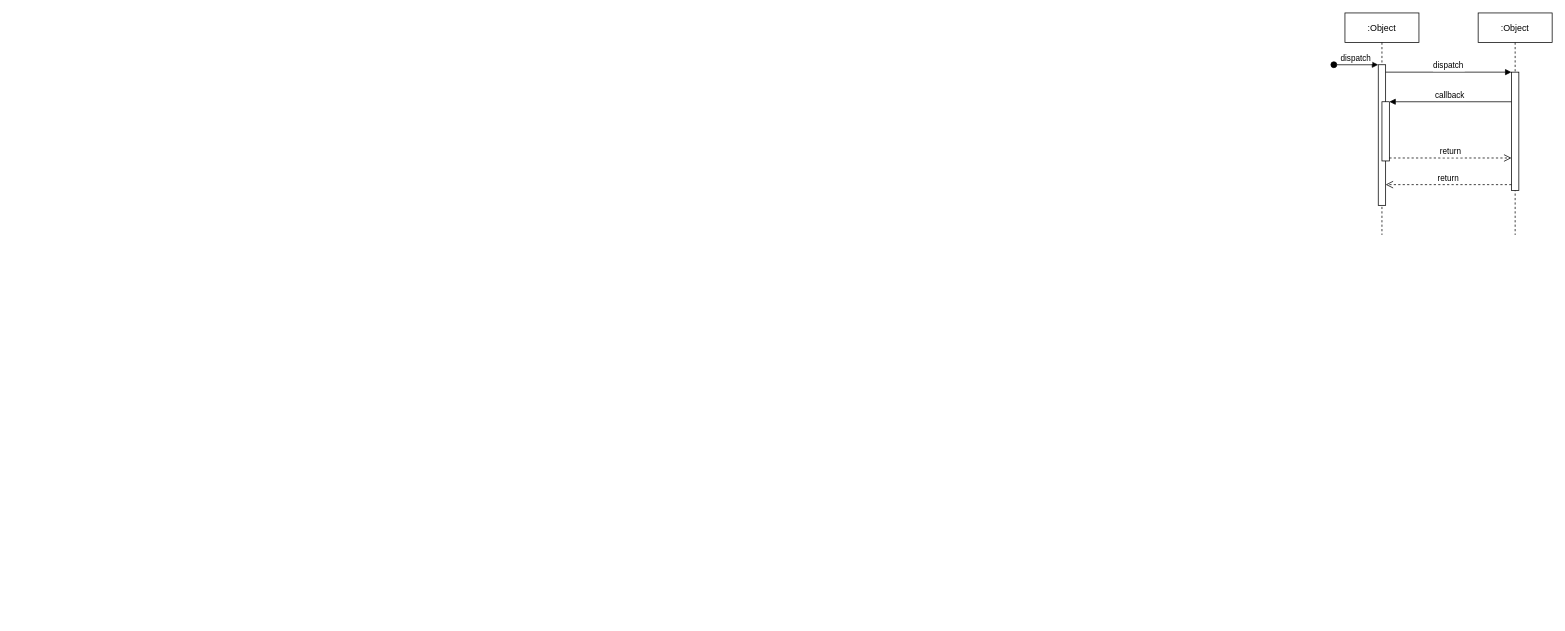
Earlier version of the draw.io diagram images/Untitled Diagram.drawio (suzmas/wip). Source tidied: cells renumbered, new cells numbered last; positions are measured from the earlier drawing's top-left corner, leaving out a move shared by most shapes. Both pictures are drawn from the tidied source at 74%, with x=0, y=0 at pixel (1333, 13).
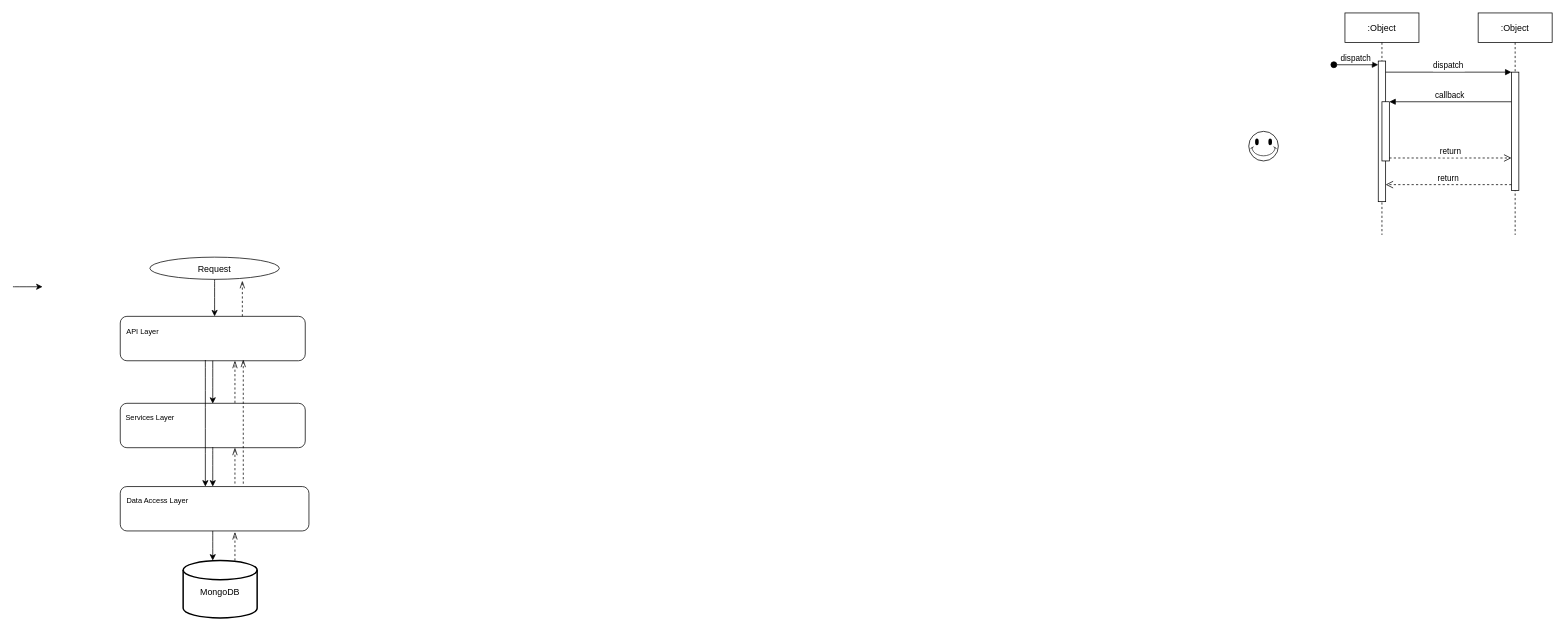
The same diagram, later.

Unchanged cells that the change refers to:
```xml
<mxCell id="2" value=":Object" style="shape=umlLifeline;perimeter=lifelinePerimeter;rounded=0;shadow=0;strokeWidth=1;" parent="1" vertex="1">
  <mxGeometry x="15" width="100" height="300" as="geometry" />
</mxCell>
```

The edit, as a diff of the source:
```diff
@@
     <mxCell id="3" style="points=[];perimeter=orthogonalPerimeter;rounded=0;shadow=0;strokeWidth=1;" parent="2" vertex="1">
-      <mxGeometry x="45" y="70" width="10" height="190" as="geometry" />
+      <mxGeometry x="45" y="65" width="10" height="190" as="geometry" />
     </mxCell>
@@
+    <mxCell id="12" style="verticalLabelPosition=bottom;verticalAlign=top;html=1;shape=mxgraph.basic.smiley;" parent="1" vertex="1">
+      <mxGeometry x="-115" y="160" width="40" height="40" as="geometry" />
+    </mxCell>
+    <mxCell id="13" value="&lt;font style=&quot;font-size: 12px&quot;&gt;MongoDB&lt;/font&gt;" style="strokeWidth=2;html=1;shape=mxgraph.flowchart.database;whiteSpace=wrap;fontSize=20;" parent="1" vertex="1">
+      <mxGeometry x="-1555" y="740" width="100" height="77.5" as="geometry" />
+    </mxCell>
+    <mxCell id="14" value="Request" style="ellipse;" parent="1" vertex="1">
+      <mxGeometry x="-1600" y="330" width="175" height="30" as="geometry" />
+    </mxCell>
+    <mxCell id="15" style="rounded=1;" parent="1" vertex="1">
+      <mxGeometry x="-1640" y="410" width="250" height="60" as="geometry" />
+    </mxCell>
+    <mxCell id="16" style="curved=1;noEdgeStyle=1;orthogonal=1;" parent="1" edge="1" source="14" target="15">
+      <mxGeometry relative="1" as="geometry" />
+    </mxCell>
+    <mxCell id="17" style="rounded=1;" parent="1" vertex="1">
+      <mxGeometry x="-1640" y="527.5" width="250" height="60" as="geometry" />
+    </mxCell>
+    <mxCell id="18" style="curved=1;noEdgeStyle=1;orthogonal=1;" parent="1" edge="1" target="17">
+      <mxGeometry relative="1" as="geometry">
+        <mxPoint x="-1515" y="470" as="sourcePoint" />
+        <Array as="points">
+          <mxPoint x="-1515" y="490" />
+          <mxPoint x="-1515" y="528" />
+        </Array>
+      </mxGeometry>
+    </mxCell>
+    <mxCell id="19" style="rounded=1;" parent="1" vertex="1">
+      <mxGeometry x="-1640" y="640" width="255" height="60" as="geometry" />
+    </mxCell>
+    <mxCell id="20" style="curved=1;noEdgeStyle=1;orthogonal=1;" parent="1" edge="1" source="17" target="19">
+      <mxGeometry relative="1" as="geometry">
+        <Array as="points">
+          <mxPoint x="-1515" y="582" />
+          <mxPoint x="-1515" y="640" />
+        </Array>
+      </mxGeometry>
+    </mxCell>
+    <mxCell id="21" style="curved=1;noEdgeStyle=1;orthogonal=1;" parent="1" edge="1" source="19">
+      <mxGeometry relative="1" as="geometry">
+        <mxPoint x="-1515" y="740" as="targetPoint" />
+        <Array as="points">
+          <mxPoint x="-1515" y="712" />
+        </Array>
+      </mxGeometry>
+    </mxCell>
+    <mxCell id="22" style="curved=1;noEdgeStyle=1;orthogonal=1;" parent="1" edge="1" target="19">
+      <mxGeometry relative="1" as="geometry">
+        <mxPoint x="-1525" y="469" as="sourcePoint" />
+      </mxGeometry>
+    </mxCell>
+    <mxCell id="23" value="&lt;font style=&quot;font-size: 10px;&quot;&gt;API Layer&lt;/font&gt;" style="text;html=1;align=center;verticalAlign=middle;fillColor=none;strokeColor=none;rounded=0;fontSize=10;" parent="1" vertex="1">
+      <mxGeometry x="-1640" y="420" width="60" height="20" as="geometry" />
+    </mxCell>
+    <mxCell id="24" value="&lt;font style=&quot;font-size: 10px ; line-height: 100%&quot;&gt;Services Layer&lt;/font&gt;" style="text;html=1;align=center;verticalAlign=middle;fillColor=none;strokeColor=none;rounded=0;fontSize=20;" parent="1" vertex="1">
+      <mxGeometry x="-1640" y="527.5" width="80" height="30" as="geometry" />
+    </mxCell>
+    <mxCell id="25" value="&lt;font style=&quot;font-size: 10px ; line-height: 100%&quot;&gt;Data Access Layer&lt;/font&gt;" style="text;html=1;align=center;verticalAlign=middle;fillColor=none;strokeColor=none;rounded=0;fontSize=20;" parent="1" vertex="1">
+      <mxGeometry x="-1640" y="640" width="100" height="30" as="geometry" />
+    </mxCell>
+    <mxCell id="26" style="endArrow=openThin;html=1;fontSize=10;startSize=11;endSize=8;strokeColor=#000000;strokeWidth=1;fixDash=1;snapToPoint=0;noJump=1;rounded=0;dashed=1;endFill=0;" parent="1" edge="1">
+      <mxGeometry relative="1" as="geometry">
+        <mxPoint x="-1485" y="636" as="sourcePoint" />
+        <mxPoint x="-1485" y="587.5" as="targetPoint" />
+      </mxGeometry>
+    </mxCell>
+    <mxCell id="27" style="endArrow=openThin;html=1;fontSize=10;startSize=11;endSize=8;strokeColor=#000000;strokeWidth=1;fixDash=1;snapToPoint=0;noJump=1;rounded=0;dashed=1;endFill=0;entryX=0.665;entryY=0.976;entryDx=0;entryDy=0;entryPerimeter=0;exitX=0.652;exitY=-0.064;exitDx=0;exitDy=0;exitPerimeter=0;" parent="1" edge="1" source="19" target="15">
+      <mxGeometry relative="1" as="geometry" />
+    </mxCell>
+    <mxCell id="28" style="endArrow=openThin;html=1;fontSize=10;startSize=11;endSize=8;strokeColor=#000000;strokeWidth=1;fixDash=1;snapToPoint=0;noJump=1;rounded=0;dashed=1;endFill=0;" parent="1" edge="1">
+      <mxGeometry relative="1" as="geometry">
+        <mxPoint x="-1475" y="410" as="sourcePoint" />
+        <mxPoint x="-1475" y="362" as="targetPoint" />
+      </mxGeometry>
+    </mxCell>
+    <mxCell id="29" style="endArrow=openThin;html=1;fontSize=10;startSize=11;endSize=8;strokeColor=#000000;strokeWidth=1;fixDash=1;snapToPoint=0;noJump=1;rounded=0;dashed=1;endFill=0;" parent="1" edge="1">
+      <mxGeometry relative="1" as="geometry">
+        <mxPoint x="-1485" y="527" as="sourcePoint" />
+        <mxPoint x="-1485" y="470" as="targetPoint" />
+      </mxGeometry>
+    </mxCell>
+    <mxCell id="30" style="endArrow=openThin;html=1;fontSize=10;startSize=11;endSize=8;strokeColor=#000000;strokeWidth=1;fixDash=1;snapToPoint=0;noJump=1;rounded=0;dashed=1;endFill=0;" parent="1" edge="1">
+      <mxGeometry relative="1" as="geometry">
+        <mxPoint x="-1485" y="740" as="sourcePoint" />
+        <mxPoint x="-1485" y="701.5" as="targetPoint" />
+      </mxGeometry>
+    </mxCell>
+    <mxCell id="31" style="curved=1;noEdgeStyle=1;orthogonal=1;" parent="1" edge="1">
+      <mxGeometry relative="1" as="geometry">
+        <mxPoint x="-1785" y="370" as="sourcePoint" />
+        <mxPoint x="-1745" y="370" as="targetPoint" />
+      </mxGeometry>
+    </mxCell>
```
